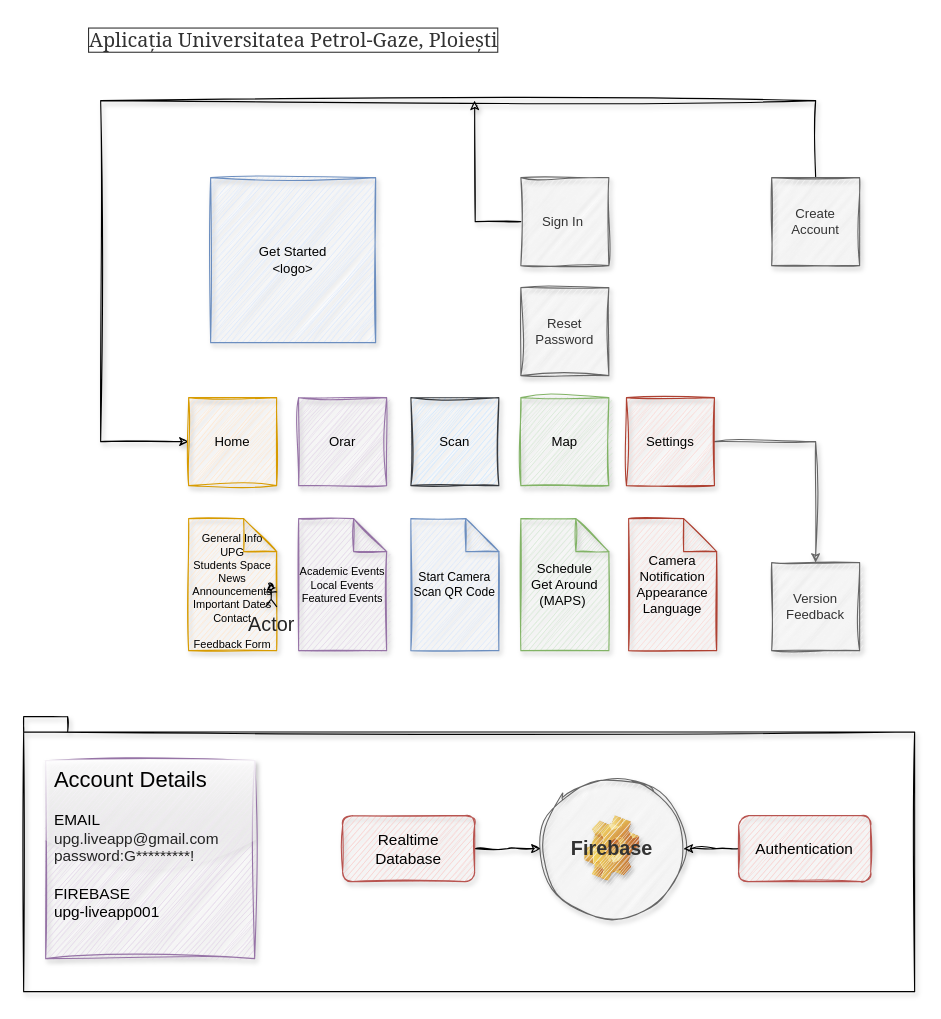
Before: page "Layout" (1 of 3) of UPG.drawio in drak0niii/UPG, a draw.io diagram. Source tidied: cells renumbered, new cells numbered last; positions are measured from the earlier drawing's top-left corner, leaving out a move shared by most shapes. Both pictures are drawn from the tidied source at 110%, with x=0, y=0 at pixel (23, 23).
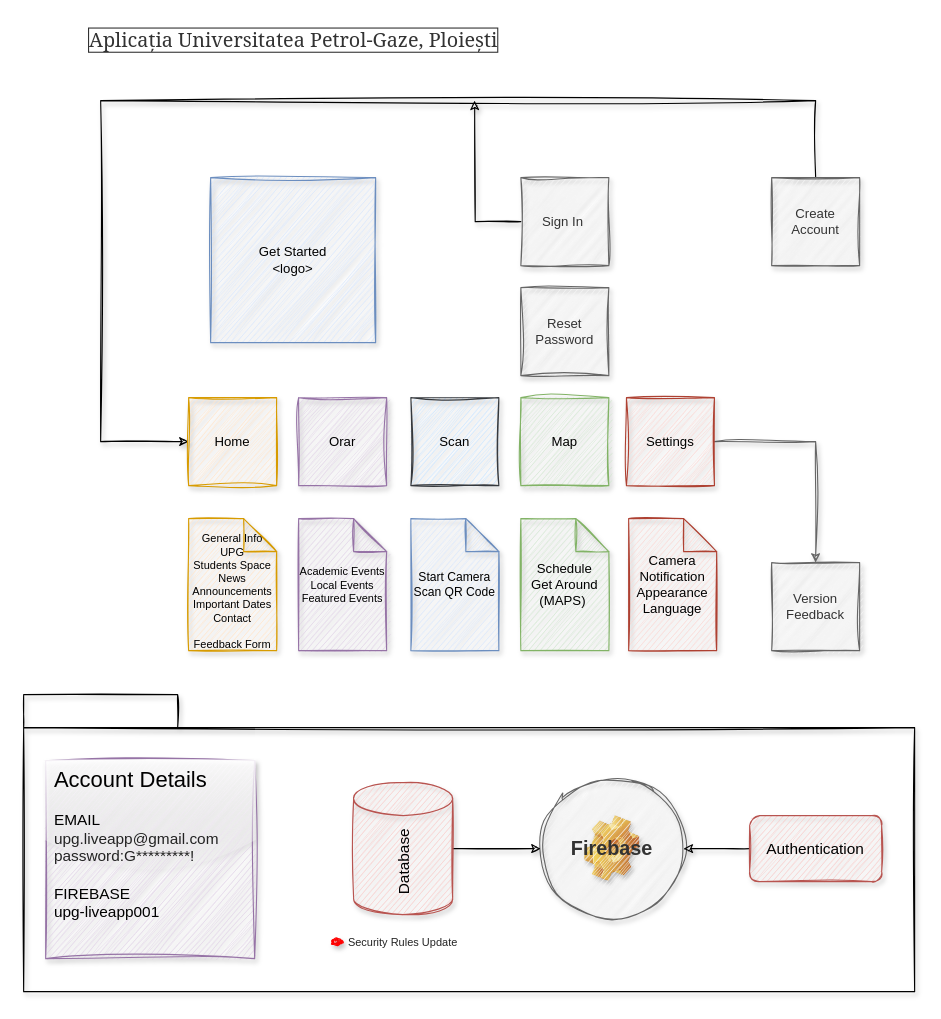
Above is the later version.

The change refers to these unchanged cells:
```xml
<mxCell id="22" value="Firebase" style="ellipse;whiteSpace=wrap;html=1;shadow=1;sketch=1;curveFitting=1;jiggle=2;fillColor=#f5f5f5;fontColor=#333333;strokeColor=#666666;fontSize=18;fontStyle=1;" parent="1" vertex="1">
  <mxGeometry x="470" y="685" width="130" height="130" as="geometry" />
</mxCell>
```

Change to the diagram source:
```diff
@@
+    <mxCell id="28" style="shape=folder;fontStyle=1;spacingTop=10;tabWidth=140;tabHeight=30;tabPosition=left;html=1;rounded=0;shadow=1;glass=0;labelBackgroundColor=none;labelBorderColor=none;sketch=1;strokeColor=#000000;fontSize=18;fontColor=#232323;fillColor=none;gradientColor=none;" parent="1" vertex="1">
+      <mxGeometry y="610" width="810" height="270" as="geometry" />
+    </mxCell>
@@
-    <mxCell id="24" style="edgeStyle=orthogonalEdgeStyle;rounded=0;jettySize=auto;html=1;fontSize=14;fontColor=#232323;sketch=1;curveFitting=1;jiggle=2;shadow=1;" parent="1" edge="1" source="25" target="22">
-      <mxGeometry relative="1" as="geometry">
-        <Array as="points">
-          <mxPoint x="440" y="750" />
-          <mxPoint x="440" y="750" />
-        </Array>
-      </mxGeometry>
-    </mxCell>
-    <mxCell id="25" value="Realtime Database" style="rounded=1;whiteSpace=wrap;html=1;shadow=1;glass=0;labelBackgroundColor=none;labelBorderColor=none;sketch=1;strokeColor=#b85450;fontSize=14;fillColor=#f8cecc;" parent="1" vertex="1">
-      <mxGeometry x="290" y="720" width="120" height="60" as="geometry" />
-    </mxCell>
-    <mxCell id="26" style="edgeStyle=orthogonalEdgeStyle;rounded=0;jettySize=auto;html=1;fontSize=14;fontColor=#232323;sketch=1;curveFitting=1;jiggle=2;shadow=1;" parent="1" edge="1" source="27" target="22">
-      <mxGeometry relative="1" as="geometry">
-        <Array as="points">
-          <mxPoint x="630" y="750" />
-          <mxPoint x="630" y="750" />
-        </Array>
-      </mxGeometry>
+    <mxCell id="26" style="edgeStyle=orthogonalEdgeStyle;rounded=0;sketch=1;jettySize=auto;html=1;shadow=1;fontSize=10;fontColor=#232323;" parent="1" edge="1" source="27" target="22">
+      <mxGeometry relative="1" as="geometry" />
     </mxCell>
     <mxCell id="27" value="Authentication" style="rounded=1;whiteSpace=wrap;html=1;shadow=1;glass=0;labelBackgroundColor=none;labelBorderColor=none;sketch=1;strokeColor=#b85450;fontSize=14;fillColor=#f8cecc;" parent="1" vertex="1">
-      <mxGeometry x="650" y="720" width="120" height="60" as="geometry" />
+      <mxGeometry x="660" y="720" width="120" height="60" as="geometry" />
     </mxCell>
-    <mxCell id="28" style="shape=folder;fontStyle=1;spacingTop=10;tabWidth=40;tabHeight=14;tabPosition=left;html=1;rounded=0;shadow=1;glass=0;labelBackgroundColor=none;labelBorderColor=none;sketch=1;strokeColor=#000000;fontSize=18;fontColor=#232323;fillColor=none;gradientColor=none;" parent="1" vertex="1">
-      <mxGeometry y="630" width="810" height="250" as="geometry" />
-    </mxCell>
-    <mxCell id="29" value="Actor" style="shape=umlActor;verticalLabelPosition=bottom;verticalAlign=top;html=1;rounded=0;shadow=1;glass=1;labelBackgroundColor=none;labelBorderColor=none;sketch=1;strokeColor=#000000;fontSize=18;fontColor=#232323;fillColor=none;gradientColor=none;" parent="1" vertex="1">
-      <mxGeometry x="220" y="510" width="10" height="20" as="geometry" />
-    </mxCell>
+    <mxCell id="30" style="ellipse;html=1;shape=endState;fillColor=#000000;strokeColor=#ff0000;rounded=0;shadow=1;glass=1;labelBackgroundColor=none;labelBorderColor=none;sketch=1;fontSize=18;fontColor=#232323;" parent="1" vertex="1">
+      <mxGeometry x="280" y="832.5" width="10" height="5" as="geometry" />
+    </mxCell>
+    <mxCell id="31" value="Security Rules Update" style="text;html=1;strokeColor=none;fillColor=none;align=center;verticalAlign=middle;whiteSpace=wrap;rounded=0;shadow=1;glass=1;labelBackgroundColor=none;labelBorderColor=none;sketch=1;fontSize=10;fontColor=#232323;" parent="1" vertex="1">
+      <mxGeometry x="280" y="820" width="130" height="30" as="geometry" />
+    </mxCell>
+    <mxCell id="32" style="edgeStyle=orthogonalEdgeStyle;rounded=0;sketch=1;jettySize=auto;html=1;shadow=1;fontSize=10;fontColor=#232323;" parent="1" edge="1" source="33" target="22">
+      <mxGeometry relative="1" as="geometry" />
+    </mxCell>
+    <mxCell id="33" value="Database" style="shape=cylinder3;whiteSpace=wrap;html=1;boundedLbl=1;backgroundOutline=1;size=15;rounded=0;shadow=1;glass=1;labelBackgroundColor=none;labelBorderColor=none;sketch=1;strokeColor=#b85450;fontSize=14;fillColor=#f8cecc;verticalAlign=middle;horizontal=0;" parent="1" vertex="1">
+      <mxGeometry x="300" y="690" width="90" height="120" as="geometry" />
+    </mxCell>
```
